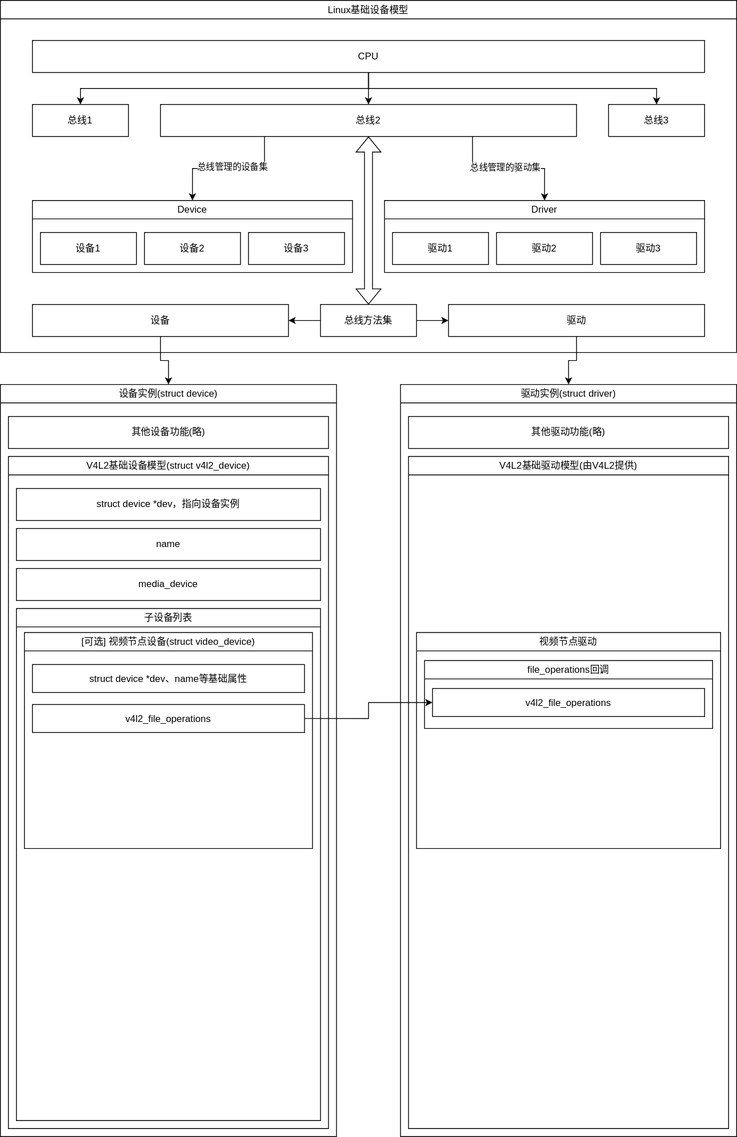
This is Linux内核原理及其开发/Resources/V4L2设备模型概览.drawio.svg from h13-0/Notebooks, a draw.io export, as it was before one commit. Source tidied: cells renumbered, new cells last; positions are measured from the earlier drawing's top-left corner, leaving out a move shared by most shapes.
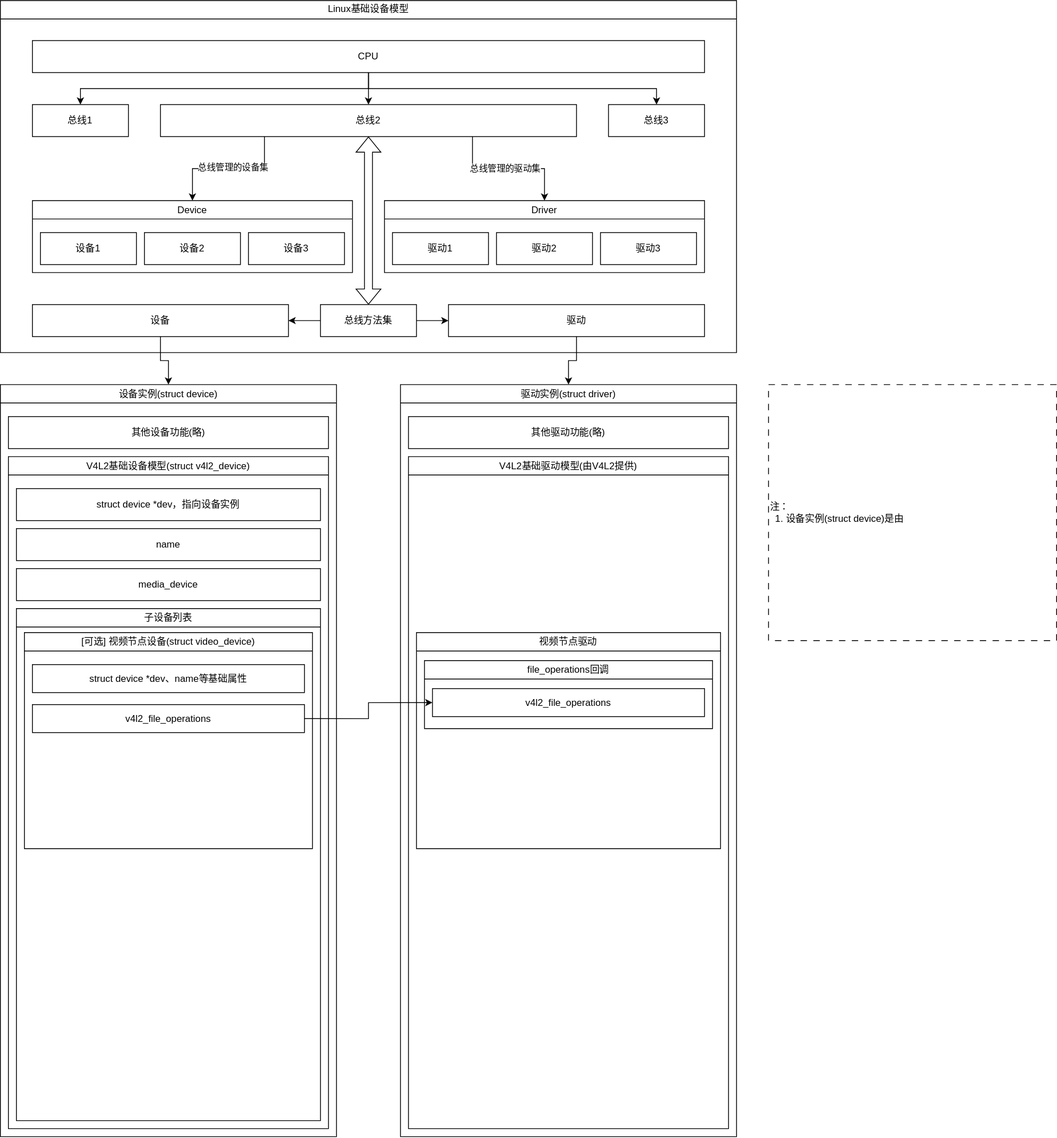
After the change.

Commit message:
vault backup: 2025-05-11 19:42:09

What changed in the source:
```diff
@@ -143,5 +143,8 @@
     <mxCell id="46" style="edgeStyle=orthogonalEdgeStyle;rounded=0;jettySize=auto;html=1;exitX=1;exitY=0.5;exitDx=0;exitDy=0;entryX=0;entryY=0.5;entryDx=0;entryDy=0;" parent="1" edge="1" source="9" target="17">
       <mxGeometry relative="1" as="geometry" />
     </mxCell>
+    <mxCell id="47" value="注：&lt;div&gt;&lt;ol style=&quot;padding-left: 20px; margin-top: 0px; margin-bottom: 0px;&quot;&gt;&lt;li&gt;设备实例(struct device)是由&lt;/li&gt;&lt;/ol&gt;&lt;/div&gt;" style="rounded=0;whiteSpace=wrap;html=1;dashed=1;dashPattern=8 8;align=left;" parent="1" vertex="1">
+      <mxGeometry x="960" y="480" width="360" height="320" as="geometry" />
+    </mxCell>
   </root>
 </mxGraphModel>
```
